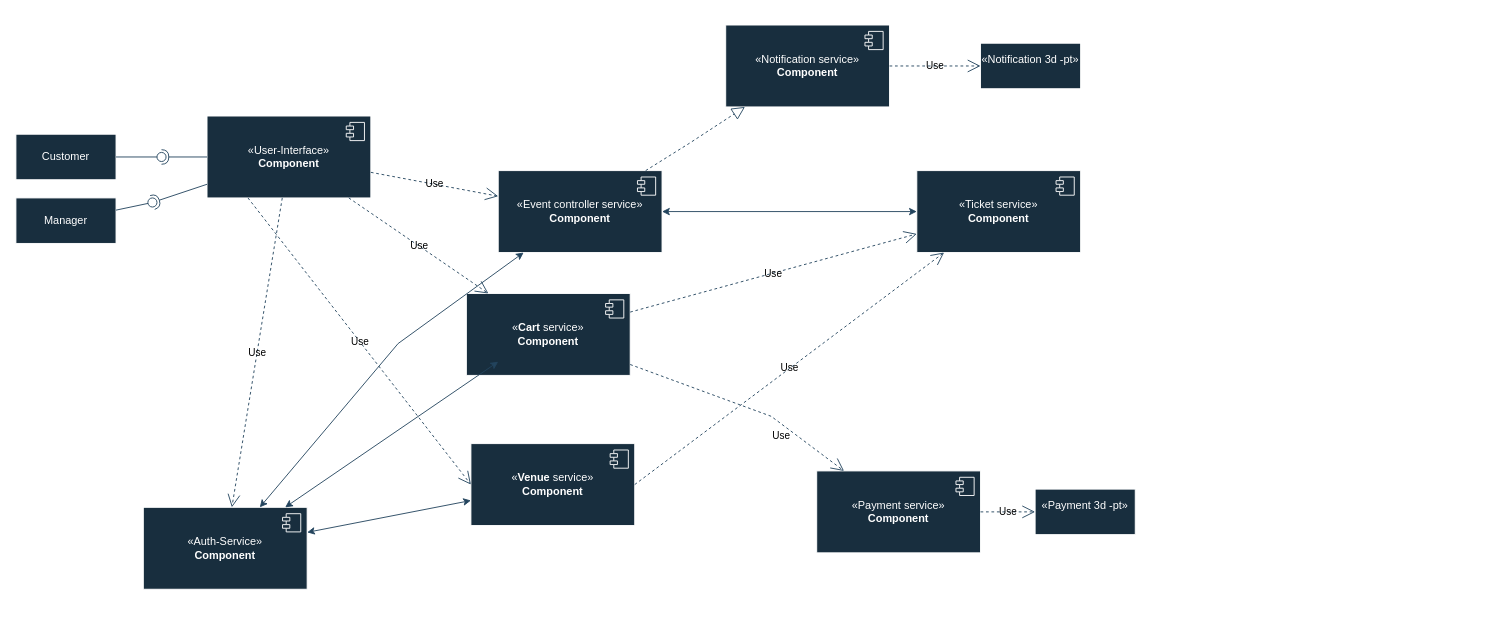
Earlier version of the draw.io diagram componentDiagram.drawio (MykytaSin/Mentoring-ProgramDiagrams). Source tidied: cells renumbered, new cells numbered last; positions are measured from the earlier drawing's top-left corner, leaving out a move shared by most shapes. Both pictures are drawn from the tidied source at 91%, with x=0, y=0 at pixel (15, 25).
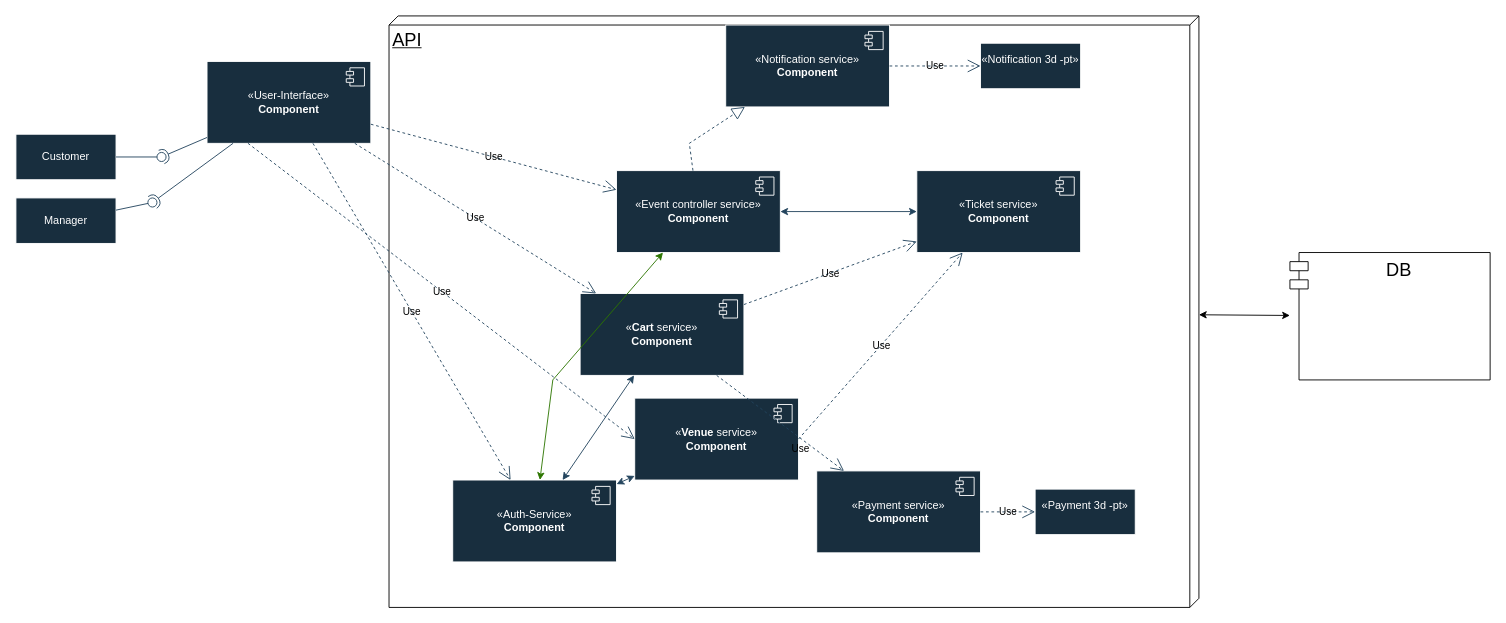
The same page after the edit.

Commit message (it also covers changes not shown here):
component diagram update

Change to the diagram source:
```diff
@@
+    <mxCell id="42" value="&lt;font style=&quot;font-size: 20px;&quot;&gt;API&lt;/font&gt;" style="verticalAlign=top;align=left;spacingTop=8;spacingLeft=2;spacingRight=12;shape=cube;size=10;direction=south;fontStyle=4;html=1;whiteSpace=wrap;" parent="1" vertex="1">
+      <mxGeometry x="410" y="-10" width="890" height="650" as="geometry" />
+    </mxCell>
     <mxCell id="2" value="«User-Interface»&lt;br&gt;&lt;b&gt;Component&lt;/b&gt;" style="html=1;whiteSpace=wrap;labelBackgroundColor=none;fillColor=#182E3E;strokeColor=#FFFFFF;fontColor=#FFFFFF;" parent="1" vertex="1">
-      <mxGeometry x="210" y="100" width="180" height="90" as="geometry" />
+      <mxGeometry x="210" y="40" width="180" height="90" as="geometry" />
     </mxCell>
@@
     <mxCell id="4" value="«Event controller service»&lt;br&gt;&lt;b&gt;Component&lt;/b&gt;" style="html=1;whiteSpace=wrap;labelBackgroundColor=none;fillColor=#182E3E;strokeColor=#FFFFFF;fontColor=#FFFFFF;" parent="1" vertex="1">
-      <mxGeometry x="530" y="160" width="180" height="90" as="geometry" />
+      <mxGeometry x="660" y="160" width="180" height="90" as="geometry" />
     </mxCell>
@@
     <mxCell id="8" value="«&lt;strong&gt;Venue&lt;/strong&gt;&amp;nbsp;service»&lt;br&gt;&lt;b&gt;Component&lt;/b&gt;" style="html=1;whiteSpace=wrap;labelBackgroundColor=none;fillColor=#182E3E;strokeColor=#FFFFFF;fontColor=#FFFFFF;" parent="1" vertex="1">
-      <mxGeometry x="500" y="460" width="180" height="90" as="geometry" />
+      <mxGeometry x="680" y="410" width="180" height="90" as="geometry" />
     </mxCell>
@@
     <mxCell id="10" value="«&lt;b&gt;Cart&amp;nbsp;&lt;/b&gt;service»&lt;br&gt;&lt;b&gt;Component&lt;/b&gt;" style="html=1;whiteSpace=wrap;labelBackgroundColor=none;fillColor=#182E3E;strokeColor=#FFFFFF;fontColor=#FFFFFF;" parent="1" vertex="1">
-      <mxGeometry x="495" y="295" width="180" height="90" as="geometry" />
+      <mxGeometry x="620" y="295" width="180" height="90" as="geometry" />
     </mxCell>
@@
     <mxCell id="22" value="«Auth-Service»&lt;br&gt;&lt;b&gt;Component&lt;/b&gt;" style="html=1;whiteSpace=wrap;labelBackgroundColor=none;fillColor=#182E3E;strokeColor=#FFFFFF;fontColor=#FFFFFF;" parent="1" vertex="1">
-      <mxGeometry x="140" y="530" width="180" height="90" as="geometry" />
+      <mxGeometry x="480" y="500" width="180" height="90" as="geometry" />
     </mxCell>
@@
-    <mxCell id="24" style="endArrow=classic;startArrow=classic;html=1;rounded=0;labelBackgroundColor=none;strokeColor=#23445D;fontColor=default;" parent="1" edge="1" source="22" target="4">
+    <mxCell id="24" style="endArrow=classic;startArrow=classic;html=1;rounded=0;labelBackgroundColor=none;strokeColor=#2D7600;fontColor=default;fillColor=#60a917;" parent="1" edge="1" source="22" target="4">
       <mxGeometry relative="1" as="geometry">
         <Array as="points">
-          <mxPoint x="420" y="350" />
+          <mxPoint x="590" y="390" />
         </Array>
       </mxGeometry>
     </mxCell>
@@
-    <mxCell id="40" style="endArrow=classic;startArrow=classic;html=1;rounded=0;labelBackgroundColor=none;strokeColor=#23445D;fontColor=default;" parent="1" edge="1" source="22">
-      <mxGeometry relative="1" as="geometry">
-        <mxPoint x="530" y="370" as="targetPoint" />
-      </mxGeometry>
+    <mxCell id="40" style="endArrow=classic;startArrow=classic;html=1;rounded=0;labelBackgroundColor=none;strokeColor=#23445D;fontColor=default;" parent="1" edge="1" source="22" target="10">
+      <mxGeometry relative="1" as="geometry" />
     </mxCell>
@@
+    <mxCell id="43" value="&lt;font style=&quot;font-size: 20px;&quot;&gt;DB&lt;/font&gt;" style="shape=module;align=left;spacingLeft=20;align=center;verticalAlign=top;whiteSpace=wrap;html=1;" parent="1" vertex="1">
+      <mxGeometry x="1400" y="250" width="220" height="140" as="geometry" />
+    </mxCell>
+    <mxCell id="44" style="endArrow=classic;startArrow=classic;html=1;rounded=0;" parent="1" edge="1" source="42" target="43">
+      <mxGeometry relative="1" as="geometry" />
+    </mxCell>
```
